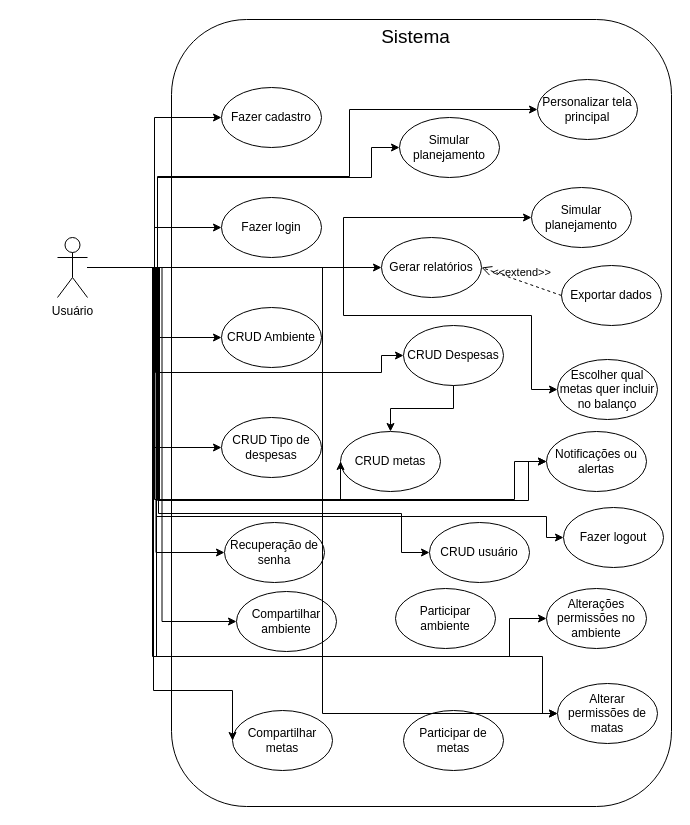
Before: diagramas/DiagramaCasoDeUso.drawio in JuliaSilvass/financial, a draw.io diagram. Source tidied: cells renumbered, new cells numbered last; positions are measured from the earlier drawing's top-left corner, leaving out a move shared by most shapes. Both pictures are drawn from the tidied source at 100%, with x=0, y=0 at pixel (57, 17).
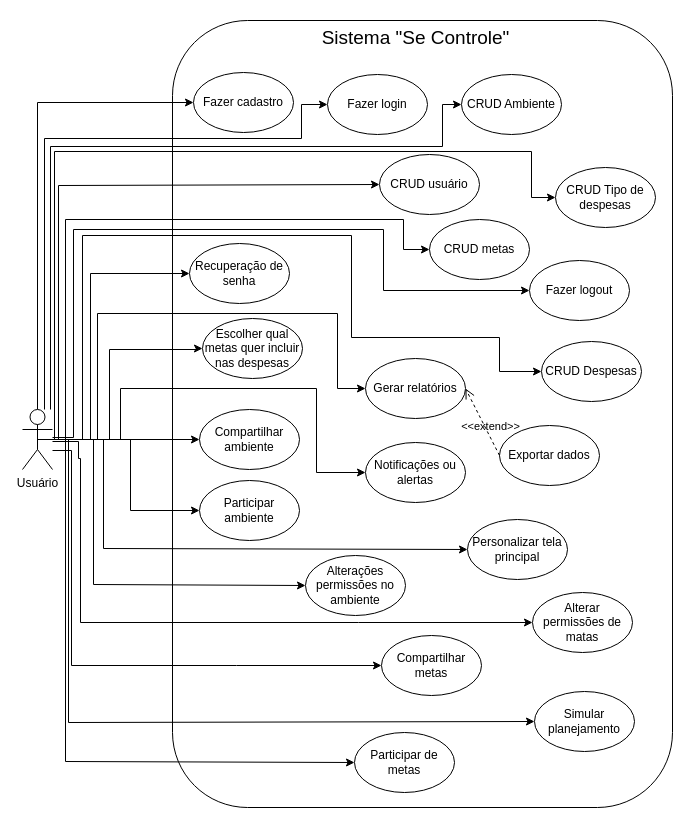
After the change.

Commit message (it also covers changes not shown here):
iniciado diagrama de classe

Diff of the diagram source:
```diff
@@
     <mxCell id="2" style="rounded=1;whiteSpace=wrap;html=1;fillColor=none;strokeColor=#000000;" parent="1" vertex="1">
-      <mxGeometry x="114" y="2" width="500" height="787" as="geometry" />
+      <mxGeometry x="115" y="3" width="500" height="787" as="geometry" />
     </mxCell>
     <mxCell id="3" style="edgeStyle=orthogonalEdgeStyle;rounded=0;jettySize=auto;html=1;entryX=0;entryY=0.5;entryDx=0;entryDy=0;strokeColor=#000000;" parent="1" edge="1" source="24" target="26">
-      <mxGeometry relative="1" as="geometry" />
+      <mxGeometry relative="1" as="geometry">
+        <Array as="points">
+          <mxPoint x="-20" y="85" />
+        </Array>
+      </mxGeometry>
     </mxCell>
     <mxCell id="4" style="edgeStyle=orthogonalEdgeStyle;rounded=0;jettySize=auto;html=1;entryX=0;entryY=0.5;entryDx=0;entryDy=0;strokeColor=#000000;" parent="1" edge="1" source="24" target="27">
-      <mxGeometry relative="1" as="geometry" />
+      <mxGeometry relative="1" as="geometry">
+        <Array as="points">
+          <mxPoint x="-13" y="121" />
+          <mxPoint x="244" y="121" />
+          <mxPoint x="244" y="87" />
+        </Array>
+      </mxGeometry>
     </mxCell>
     <mxCell id="5" style="edgeStyle=orthogonalEdgeStyle;rounded=0;jettySize=auto;html=1;entryX=0;entryY=0.5;entryDx=0;entryDy=0;strokeColor=#000000;" parent="1" edge="1" source="24" target="28">
-      <mxGeometry relative="1" as="geometry" />
+      <mxGeometry relative="1" as="geometry">
+        <Array as="points">
+          <mxPoint x="-7" y="129" />
+          <mxPoint x="385" y="129" />
+          <mxPoint x="385" y="87" />
+        </Array>
+      </mxGeometry>
     </mxCell>
     <mxCell id="6" style="edgeStyle=orthogonalEdgeStyle;rounded=0;jettySize=auto;html=1;entryX=0;entryY=0.5;entryDx=0;entryDy=0;strokeColor=#000000;" parent="1" edge="1" source="24" target="29">
-      <mxGeometry relative="1" as="geometry" />
+      <mxGeometry relative="1" as="geometry">
+        <Array as="points">
+          <mxPoint x="-3" y="422" />
+          <mxPoint x="-3" y="134" />
+          <mxPoint x="474" y="134" />
+          <mxPoint x="474" y="180" />
+        </Array>
+      </mxGeometry>
     </mxCell>
-    <mxCell id="7" style="edgeStyle=orthogonalEdgeStyle;rounded=0;jettySize=auto;html=1;entryX=0;entryY=0.5;entryDx=0;entryDy=0;strokeColor=#000000;" parent="1" edge="1" source="24" target="32">
-      <mxGeometry relative="1" as="geometry">
-        <Array as="points">
-          <mxPoint x="100" y="250" />
-          <mxPoint x="100" y="160" />
-          <mxPoint x="314" y="160" />
-          <mxPoint x="314" y="130" />
-        </Array>
-      </mxGeometry>
-    </mxCell>
     <mxCell id="8" style="edgeStyle=orthogonalEdgeStyle;rounded=0;jettySize=auto;html=1;entryX=0;entryY=0.5;entryDx=0;entryDy=0;strokeColor=#000000;" parent="1" edge="1" source="24" target="33">
-      <mxGeometry relative="1" as="geometry" />
+      <mxGeometry relative="1" as="geometry">
+        <Array as="points">
+          <mxPoint x="40" y="422" />
+          <mxPoint x="40" y="296" />
+          <mxPoint x="280" y="296" />
+          <mxPoint x="280" y="371" />
+        </Array>
+      </mxGeometry>
     </mxCell>
-    <mxCell id="9" style="edgeStyle=orthogonalEdgeStyle;rounded=0;jettySize=auto;html=1;entryX=0;entryY=0.5;entryDx=0;entryDy=0;strokeColor=#000000;" parent="1" edge="1" source="24" target="31">
-      <mxGeometry relative="1" as="geometry">
-        <Array as="points">
-          <mxPoint x="98" y="250" />
-          <mxPoint x="98" y="355" />
-          <mxPoint x="324" y="355" />
-        </Array>
-      </mxGeometry>
-    </mxCell>
-    <mxCell id="10" style="edgeStyle=orthogonalEdgeStyle;rounded=0;jettySize=auto;html=1;entryX=0;entryY=0.5;entryDx=0;entryDy=0;strokeColor=#000000;" parent="1" edge="1" source="24" target="37">
-      <mxGeometry relative="1" as="geometry">
-        <Array as="points">
-          <mxPoint x="286" y="250" />
-          <mxPoint x="286" y="298" />
-          <mxPoint x="474" y="298" />
-        </Array>
-      </mxGeometry>
-    </mxCell>
-    <mxCell id="11" style="edgeStyle=orthogonalEdgeStyle;rounded=0;jettySize=auto;html=1;entryX=0;entryY=0.5;entryDx=0;entryDy=0;strokeColor=#000000;" parent="1" edge="1" source="24" target="36">
-      <mxGeometry relative="1" as="geometry">
-        <Array as="points">
-          <mxPoint x="286" y="250" />
-          <mxPoint x="286" y="200" />
-        </Array>
-      </mxGeometry>
-    </mxCell>
-    <mxCell id="12" style="edgeStyle=orthogonalEdgeStyle;rounded=0;jettySize=auto;html=1;entryX=0;entryY=0.5;entryDx=0;entryDy=0;strokeColor=#000000;" parent="1" edge="1" source="24" target="35">
-      <mxGeometry relative="1" as="geometry">
-        <Array as="points">
-          <mxPoint x="100" y="250" />
-          <mxPoint x="100" y="159" />
-          <mxPoint x="292" y="159" />
-          <mxPoint x="292" y="92" />
-          <mxPoint x="474" y="92" />
-        </Array>
-      </mxGeometry>
-    </mxCell>
     <mxCell id="13" style="edgeStyle=orthogonalEdgeStyle;rounded=0;jettySize=auto;html=1;entryX=0;entryY=0.5;entryDx=0;entryDy=0;strokeColor=#000000;" parent="1" edge="1" source="24" target="41">
-      <mxGeometry relative="1" as="geometry" />
+      <mxGeometry relative="1" as="geometry">
+        <Array as="points">
+          <mxPoint x="33" y="422" />
+          <mxPoint x="33" y="256" />
+        </Array>
+      </mxGeometry>
     </mxCell>
-    <mxCell id="14" style="edgeStyle=orthogonalEdgeStyle;rounded=0;jettySize=auto;html=1;entryX=0;entryY=0.5;entryDx=0;entryDy=0;strokeColor=#000000;" parent="1" edge="1" source="24" target="34">
-      <mxGeometry relative="1" as="geometry">
-        <Array as="points">
-          <mxPoint x="100" y="250" />
-          <mxPoint x="100" y="483" />
-          <mxPoint x="283" y="483" />
-        </Array>
-      </mxGeometry>
-    </mxCell>
     <mxCell id="15" style="edgeStyle=orthogonalEdgeStyle;rounded=0;jettySize=auto;html=1;entryX=0;entryY=0.5;entryDx=0;entryDy=0;strokeColor=#000000;" parent="1" edge="1" source="24" target="39">
       <mxGeometry relative="1" as="geometry">
         <Array as="points">
-          <mxPoint x="101" y="250" />
-          <mxPoint x="101" y="496" />
-          <mxPoint x="344" y="496" />
+          <mxPoint x="1" y="422" />
+          <mxPoint x="1" y="168" />
         </Array>
       </mxGeometry>
     </mxCell>
-    <mxCell id="16" style="edgeStyle=orthogonalEdgeStyle;rounded=0;jettySize=auto;html=1;entryX=0;entryY=0.5;entryDx=0;entryDy=0;" parent="1" edge="1" source="24" target="40">
-      <mxGeometry relative="1" as="geometry">
-        <Array as="points">
-          <mxPoint x="97" y="250" />
-          <mxPoint x="97" y="482" />
-          <mxPoint x="457" y="482" />
-        </Array>
-      </mxGeometry>
-    </mxCell>
     <mxCell id="17" style="edgeStyle=orthogonalEdgeStyle;rounded=0;jettySize=auto;html=1;entryX=0;entryY=0.5;entryDx=0;entryDy=0;strokeColor=#000000;" parent="1" edge="1" source="24" target="40">
       <mxGeometry relative="1" as="geometry">
         <Array as="points">
-          <mxPoint x="102" y="250" />
-          <mxPoint x="102" y="483" />
-          <mxPoint x="471" y="483" />
+          <mxPoint x="63" y="422" />
+          <mxPoint x="63" y="371" />
+          <mxPoint x="259" y="371" />
+          <mxPoint x="259" y="455" />
         </Array>
       </mxGeometry>
     </mxCell>
@@
     <mxCell id="19" style="edgeStyle=orthogonalEdgeStyle;rounded=0;jettySize=auto;html=1;entryX=0;entryY=0.5;entryDx=0;entryDy=0;strokeColor=#000000;" parent="1" edge="1" source="24" target="45">
       <mxGeometry relative="1" as="geometry">
         <Array as="points">
-          <mxPoint x="95" y="250" />
-          <mxPoint x="95" y="639" />
-          <mxPoint x="452" y="639" />
+          <mxPoint x="36" y="422" />
+          <mxPoint x="36" y="567" />
         </Array>
       </mxGeometry>
     </mxCell>
+    <mxCell id="21" style="edgeStyle=orthogonalEdgeStyle;rounded=0;jettySize=auto;html=1;entryX=0;entryY=0.5;entryDx=0;entryDy=0;strokeColor=#000000;" parent="1" edge="1" source="24" target="42">
+      <mxGeometry relative="1" as="geometry">
+        <Array as="points">
+          <mxPoint x="16" y="420" />
+          <mxPoint x="16" y="212" />
+          <mxPoint x="326" y="212" />
+          <mxPoint x="326" y="273" />
+        </Array>
+      </mxGeometry>
+    </mxCell>
+    <mxCell id="23" style="edgeStyle=orthogonalEdgeStyle;rounded=0;jettySize=auto;html=1;entryX=0;entryY=0.5;entryDx=0;entryDy=0;strokeColor=#000000;" parent="1" edge="1" source="24" target="47">
+      <mxGeometry relative="1" as="geometry">
+        <Array as="points">
+          <mxPoint x="21" y="424" />
+          <mxPoint x="21" y="441" />
+          <mxPoint x="23" y="441" />
+          <mxPoint x="23" y="605" />
+          <mxPoint x="301" y="605" />
+        </Array>
+      </mxGeometry>
+    </mxCell>
+    <mxCell id="14" style="edgeStyle=orthogonalEdgeStyle;rounded=0;jettySize=auto;html=1;exitX=0.5;exitY=0.5;exitDx=0;exitDy=0;exitPerimeter=0;entryX=0;entryY=0.5;entryDx=0;entryDy=0;strokeColor=#000000;" parent="1" edge="1" source="24" target="34">
+      <mxGeometry relative="1" as="geometry">
+        <Array as="points">
+          <mxPoint x="8" y="422" />
+          <mxPoint x="8" y="202" />
+          <mxPoint x="346" y="202" />
+          <mxPoint x="346" y="232" />
+        </Array>
+      </mxGeometry>
+    </mxCell>
+    <mxCell id="9" style="edgeStyle=orthogonalEdgeStyle;rounded=0;jettySize=auto;html=1;entryX=0;entryY=0.5;entryDx=0;entryDy=0;strokeColor=#000000;" parent="1" edge="1" source="24" target="31">
+      <mxGeometry relative="1" as="geometry">
+        <Array as="points">
+          <mxPoint x="25" y="422" />
+          <mxPoint x="25" y="218" />
+          <mxPoint x="294" y="218" />
+          <mxPoint x="294" y="320" />
+          <mxPoint x="442" y="320" />
+        </Array>
+      </mxGeometry>
+    </mxCell>
+    <mxCell id="10" style="edgeStyle=orthogonalEdgeStyle;rounded=0;jettySize=auto;html=1;entryX=0;entryY=0.5;entryDx=0;entryDy=0;strokeColor=#000000;" parent="1" edge="1" source="24" target="37">
+      <mxGeometry relative="1" as="geometry">
+        <Array as="points">
+          <mxPoint x="52" y="422" />
+          <mxPoint x="52" y="332" />
+          <mxPoint x="139" y="332" />
+        </Array>
+      </mxGeometry>
+    </mxCell>
+    <mxCell id="12" style="edgeStyle=orthogonalEdgeStyle;rounded=0;jettySize=auto;html=1;entryX=0;entryY=0.5;entryDx=0;entryDy=0;strokeColor=#000000;" parent="1" edge="1" source="24" target="35">
+      <mxGeometry relative="1" as="geometry">
+        <Array as="points">
+          <mxPoint x="46" y="422" />
+          <mxPoint x="46" y="531" />
+        </Array>
+      </mxGeometry>
+    </mxCell>
+    <mxCell id="50" style="edgeStyle=orthogonalEdgeStyle;rounded=0;jettySize=auto;html=1;entryX=0;entryY=0.5;entryDx=0;entryDy=0;strokeColor=#000000;" parent="1" edge="1" source="24" target="44">
+      <mxGeometry relative="1" as="geometry">
+        <Array as="points">
+          <mxPoint x="73" y="422" />
+          <mxPoint x="73" y="493" />
+        </Array>
+      </mxGeometry>
+    </mxCell>
     <mxCell id="20" style="edgeStyle=orthogonalEdgeStyle;rounded=0;jettySize=auto;html=1;entryX=0;entryY=0.5;entryDx=0;entryDy=0;strokeColor=#000000;" parent="1" edge="1" source="24" target="46">
       <mxGeometry relative="1" as="geometry">
         <Array as="points">
-          <mxPoint x="96" y="250" />
-          <mxPoint x="96" y="673" />
+          <mxPoint x="14" y="433" />
+          <mxPoint x="14" y="648" />
+          <mxPoint x="179" y="648" />
         </Array>
       </mxGeometry>
     </mxCell>
-    <mxCell id="21" style="edgeStyle=orthogonalEdgeStyle;rounded=0;jettySize=auto;html=1;entryX=0;entryY=0.5;entryDx=0;entryDy=0;strokeColor=#000000;" parent="1" edge="1" source="24" target="42">
-      <mxGeometry relative="1" as="geometry">
-        <Array as="points">
-          <mxPoint x="99" y="250" />
-          <mxPoint x="99" y="499" />
-          <mxPoint x="489" y="499" />
-        </Array>
-      </mxGeometry>
-    </mxCell>
-    <mxCell id="22" style="edgeStyle=orthogonalEdgeStyle;rounded=0;jettySize=auto;html=1;entryX=0;entryY=0.5;entryDx=0;entryDy=0;" parent="1" edge="1" source="24" target="47">
-      <mxGeometry relative="1" as="geometry" />
-    </mxCell>
-    <mxCell id="23" style="edgeStyle=orthogonalEdgeStyle;rounded=0;jettySize=auto;html=1;entryX=0;entryY=0.5;entryDx=0;entryDy=0;strokeColor=#000000;" parent="1" edge="1" source="24" target="47">
-      <mxGeometry relative="1" as="geometry">
-        <Array as="points">
-          <mxPoint x="99" y="250" />
-          <mxPoint x="99" y="639" />
-          <mxPoint x="485" y="639" />
-        </Array>
-      </mxGeometry>
-    </mxCell>
+    <mxCell id="51" style="edgeStyle=orthogonalEdgeStyle;rounded=0;jettySize=auto;html=1;entryX=0;entryY=0.5;entryDx=0;entryDy=0;strokeColor=#000000;" parent="1" edge="1" source="24" target="48">
+      <mxGeometry relative="1" as="geometry">
+        <Array as="points">
+          <mxPoint x="8" y="422" />
+          <mxPoint x="8" y="744" />
+        </Array>
+      </mxGeometry>
+    </mxCell>
+    <mxCell id="11" style="edgeStyle=orthogonalEdgeStyle;rounded=0;jettySize=auto;html=1;entryX=0;entryY=0.5;entryDx=0;entryDy=0;strokeColor=#000000;" parent="1" edge="1" source="24" target="36">
+      <mxGeometry relative="1" as="geometry">
+        <Array as="points">
+          <mxPoint x="11" y="422" />
+          <mxPoint x="11" y="705" />
+        </Array>
+      </mxGeometry>
+    </mxCell>
     <mxCell id="24" value="&lt;font style=&quot;color: rgb(0, 0, 0);&quot;&gt;Usuário&lt;/font&gt;" style="shape=umlActor;verticalLabelPosition=bottom;verticalAlign=top;html=1;fillColor=#FFFFFF;strokeColor=#000000;" parent="1" vertex="1">
-      <mxGeometry y="220" width="30" height="60" as="geometry" />
+      <mxGeometry x="-35" y="392" width="30" height="60" as="geometry" />
     </mxCell>
-    <mxCell id="25" value="&lt;font style=&quot;color: rgb(0, 0, 0); font-size: 19px;&quot;&gt;Sistema&lt;/font&gt;" style="text;html=1;align=center;verticalAlign=middle;strokeColor=none;fillColor=none;" parent="1" vertex="1">
-      <mxGeometry x="313" width="90" height="40" as="geometry" />
+    <mxCell id="25" value="&lt;font style=&quot;color: rgb(0, 0, 0); font-size: 19px;&quot;&gt;Sistema &quot;Se Controle&quot;&lt;/font&gt;" style="text;html=1;align=center;verticalAlign=middle;strokeColor=none;fillColor=none;" parent="1" vertex="1">
+      <mxGeometry x="255" y="3" width="206" height="35" as="geometry" />
     </mxCell>
     <mxCell id="26" value="&lt;font style=&quot;color: rgb(0, 0, 0);&quot;&gt;Fazer cadastro&lt;/font&gt;" style="ellipse;whiteSpace=wrap;html=1;fillColor=none;strokeColor=#000000;" parent="1" vertex="1">
-      <mxGeometry x="164" y="70" width="100" height="60" as="geometry" />
+      <mxGeometry x="136" y="55" width="100" height="60" as="geometry" />
     </mxCell>
     <mxCell id="27" value="&lt;font style=&quot;color: rgb(0, 0, 0);&quot;&gt;Fazer login&lt;/font&gt;" style="ellipse;whiteSpace=wrap;html=1;fillColor=none;strokeColor=#000000;" parent="1" vertex="1">
-      <mxGeometry x="164" y="180" width="100" height="60" as="geometry" />
+      <mxGeometry x="270" y="57" width="100" height="60" as="geometry" />
     </mxCell>
     <mxCell id="28" value="&lt;font style=&quot;color: rgb(0, 0, 0);&quot;&gt;CRUD Ambiente&lt;/font&gt;" style="ellipse;whiteSpace=wrap;html=1;fillColor=none;strokeColor=#000000;" parent="1" vertex="1">
-      <mxGeometry x="164" y="290" width="100" height="60" as="geometry" />
+      <mxGeometry x="404" y="57" width="100" height="60" as="geometry" />
     </mxCell>
     <mxCell id="29" value="&lt;font style=&quot;color: rgb(0, 0, 0);&quot;&gt;CRUD Tipo de despesas&lt;/font&gt;" style="ellipse;whiteSpace=wrap;html=1;fillColor=none;strokeColor=#000000;" parent="1" vertex="1">
-      <mxGeometry x="164" y="400" width="100" height="60" as="geometry" />
+      <mxGeometry x="498" y="150" width="100" height="60" as="geometry" />
     </mxCell>
-    <mxCell id="30" style="edgeStyle=orthogonalEdgeStyle;rounded=0;jettySize=auto;html=1;" parent="1" edge="1" source="31" target="34">
-      <mxGeometry relative="1" as="geometry" />
-    </mxCell>
     <mxCell id="31" value="&lt;font style=&quot;color: rgb(0, 0, 0);&quot;&gt;CRUD Despesas&lt;/font&gt;" style="ellipse;whiteSpace=wrap;html=1;fillColor=none;strokeColor=#000000;" parent="1" vertex="1">
-      <mxGeometry x="346" y="308" width="100" height="60" as="geometry" />
+      <mxGeometry x="484" y="324" width="100" height="60" as="geometry" />
     </mxCell>
-    <mxCell id="32" value="&lt;font style=&quot;color: rgb(0, 0, 0);&quot;&gt;Simular planejamento&lt;/font&gt;" style="ellipse;whiteSpace=wrap;html=1;fillColor=none;strokeColor=#000000;" parent="1" vertex="1">
-      <mxGeometry x="342" y="100" width="100" height="60" as="geometry" />
-    </mxCell>
     <mxCell id="33" value="&lt;font color=&quot;#000000&quot;&gt;Gerar relatórios&lt;/font&gt;" style="ellipse;whiteSpace=wrap;html=1;fillColor=none;strokeColor=#000000;" parent="1" vertex="1">
-      <mxGeometry x="324" y="220" width="100" height="60" as="geometry" />
+      <mxGeometry x="308" y="341" width="100" height="60" as="geometry" />
     </mxCell>
     <mxCell id="34" value="&lt;font color=&quot;#000000&quot;&gt;CRUD metas&lt;/font&gt;" style="ellipse;whiteSpace=wrap;html=1;fillColor=none;strokeColor=#000000;" parent="1" vertex="1">
-      <mxGeometry x="283" y="414" width="100" height="60" as="geometry" />
+      <mxGeometry x="372" y="202" width="100" height="60" as="geometry" />
     </mxCell>
     <mxCell id="35" value="&lt;font style=&quot;color: rgb(0, 0, 0);&quot;&gt;Personalizar tela principal&lt;/font&gt;" style="ellipse;whiteSpace=wrap;html=1;fillColor=none;strokeColor=#000000;" parent="1" vertex="1">
-      <mxGeometry x="480" y="62" width="100" height="60" as="geometry" />
+      <mxGeometry x="410" y="502" width="100" height="60" as="geometry" />
     </mxCell>
     <mxCell id="36" value="&lt;font style=&quot;color: rgb(0, 0, 0);&quot;&gt;Simular planejamento&lt;/font&gt;" style="ellipse;whiteSpace=wrap;html=1;fillColor=none;strokeColor=#000000;" parent="1" vertex="1">
-      <mxGeometry x="474" y="170" width="100" height="60" as="geometry" />
+      <mxGeometry x="477" y="674" width="100" height="60" as="geometry" />
     </mxCell>
-    <mxCell id="37" value="&lt;font color=&quot;#000000&quot;&gt;Escolher qual metas quer incluir no balanço&lt;/font&gt;" style="ellipse;whiteSpace=wrap;html=1;fillColor=none;strokeColor=#000000;" parent="1" vertex="1">
-      <mxGeometry x="500" y="342" width="100" height="60" as="geometry" />
+    <mxCell id="37" value="&lt;font color=&quot;#000000&quot;&gt;Escolher qual metas quer incluir nas despesas&lt;/font&gt;" style="ellipse;whiteSpace=wrap;html=1;fillColor=none;strokeColor=#000000;" parent="1" vertex="1">
+      <mxGeometry x="145" y="301" width="100" height="60" as="geometry" />
     </mxCell>
     <mxCell id="38" value="&lt;font color=&quot;#000000&quot;&gt;Exportar dados&lt;/font&gt;" style="ellipse;whiteSpace=wrap;html=1;fillColor=none;strokeColor=#000000;" parent="1" vertex="1">
-      <mxGeometry x="504" y="248" width="100" height="60" as="geometry" />
+      <mxGeometry x="442" y="408" width="100" height="60" as="geometry" />
     </mxCell>
     <mxCell id="39" value="&lt;font color=&quot;#000000&quot;&gt;CRUD usuário&lt;/font&gt;" style="ellipse;whiteSpace=wrap;html=1;fillColor=none;strokeColor=#000000;" parent="1" vertex="1">
-      <mxGeometry x="372" y="505" width="100" height="60" as="geometry" />
+      <mxGeometry x="322" y="137" width="100" height="60" as="geometry" />
     </mxCell>
     <mxCell id="40" value="&lt;font color=&quot;#000000&quot;&gt;Notificações ou alertas&lt;/font&gt;" style="ellipse;whiteSpace=wrap;html=1;fillColor=none;strokeColor=#000000;" parent="1" vertex="1">
-      <mxGeometry x="489" y="414" width="100" height="60" as="geometry" />
+      <mxGeometry x="308" y="425" width="100" height="60" as="geometry" />
     </mxCell>
     <mxCell id="41" value="&lt;font color=&quot;#000000&quot;&gt;Recuperação de senha&lt;/font&gt;" style="ellipse;whiteSpace=wrap;html=1;fillColor=none;strokeColor=#000000;" parent="1" vertex="1">
-      <mxGeometry x="167" y="505" width="100" height="60" as="geometry" />
+      <mxGeometry x="132" y="226" width="100" height="60" as="geometry" />
     </mxCell>
     <mxCell id="42" value="&lt;font color=&quot;#000000&quot;&gt;Fazer logout&lt;/font&gt;" style="ellipse;whiteSpace=wrap;html=1;fillColor=none;strokeColor=#000000;" parent="1" vertex="1">
-      <mxGeometry x="506" y="490" width="100" height="60" as="geometry" />
+      <mxGeometry x="472" y="243" width="100" height="60" as="geometry" />
     </mxCell>
     <mxCell id="43" value="&lt;font color=&quot;#000000&quot;&gt;Compartilhar ambiente&lt;/font&gt;" style="ellipse;whiteSpace=wrap;html=1;fillColor=none;strokeColor=#000000;" parent="1" vertex="1">
-      <mxGeometry x="179" y="574" width="100" height="60" as="geometry" />
+      <mxGeometry x="142" y="392" width="100" height="60" as="geometry" />
     </mxCell>
     <mxCell id="44" value="&lt;font color=&quot;#000000&quot;&gt;Participar ambiente&lt;/font&gt;" style="ellipse;whiteSpace=wrap;html=1;fillColor=none;strokeColor=#000000;" parent="1" vertex="1">
-      <mxGeometry x="338" y="571" width="100" height="60" as="geometry" />
+      <mxGeometry x="142" y="463" width="100" height="60" as="geometry" />
     </mxCell>
     <mxCell id="45" value="&lt;font color=&quot;#000000&quot;&gt;Alterações permissões no ambiente&lt;/font&gt;" style="ellipse;whiteSpace=wrap;html=1;fillColor=none;strokeColor=#000000;" parent="1" vertex="1">
-      <mxGeometry x="489" y="571" width="100" height="60" as="geometry" />
+      <mxGeometry x="248" y="538" width="100" height="60" as="geometry" />
     </mxCell>
     <mxCell id="46" value="&lt;font color=&quot;#000000&quot;&gt;Compartilhar metas&lt;/font&gt;" style="ellipse;whiteSpace=wrap;html=1;fillColor=none;strokeColor=#000000;" parent="1" vertex="1">
-      <mxGeometry x="175" y="693" width="100" height="60" as="geometry" />
+      <mxGeometry x="324" y="618" width="100" height="60" as="geometry" />
     </mxCell>
     <mxCell id="47" value="&lt;font color=&quot;#000000&quot;&gt;Alterar permissões de matas&lt;/font&gt;" style="ellipse;whiteSpace=wrap;html=1;fillColor=none;strokeColor=#000000;" parent="1" vertex="1">
-      <mxGeometry x="500" y="666" width="100" height="60" as="geometry" />
+      <mxGeometry x="475" y="575" width="100" height="60" as="geometry" />
     </mxCell>
     <mxCell id="48" value="&lt;font color=&quot;#000000&quot;&gt;Participar de metas&lt;/font&gt;" style="ellipse;whiteSpace=wrap;html=1;fillColor=none;strokeColor=#000000;" parent="1" vertex="1">
-      <mxGeometry x="346" y="693" width="100" height="60" as="geometry" />
+      <mxGeometry x="297" y="715" width="100" height="60" as="geometry" />
     </mxCell>
     <mxCell id="49" value="&lt;font style=&quot;color: rgb(0, 0, 0);&quot;&gt;&amp;lt;&amp;lt;extend&lt;span style=&quot;background-color: transparent;&quot;&gt;&amp;gt;&amp;gt;&lt;/span&gt;&lt;/font&gt;" style="endArrow=open;startArrow=none;endFill=0;startFill=0;endSize=8;html=1;verticalAlign=bottom;dashed=1;labelBackgroundColor=none;rounded=0;strokeColor=#000000;fontColor=#000000;exitX=0;exitY=0.5;exitDx=0;exitDy=0;entryX=1;entryY=0.5;entryDx=0;entryDy=0;" parent="1" edge="1" source="38" target="33">
-      <mxGeometry relative="1" as="geometry" />
+      <mxGeometry x="-0.41" y="-1" relative="1" as="geometry" />
     </mxCell>
```
